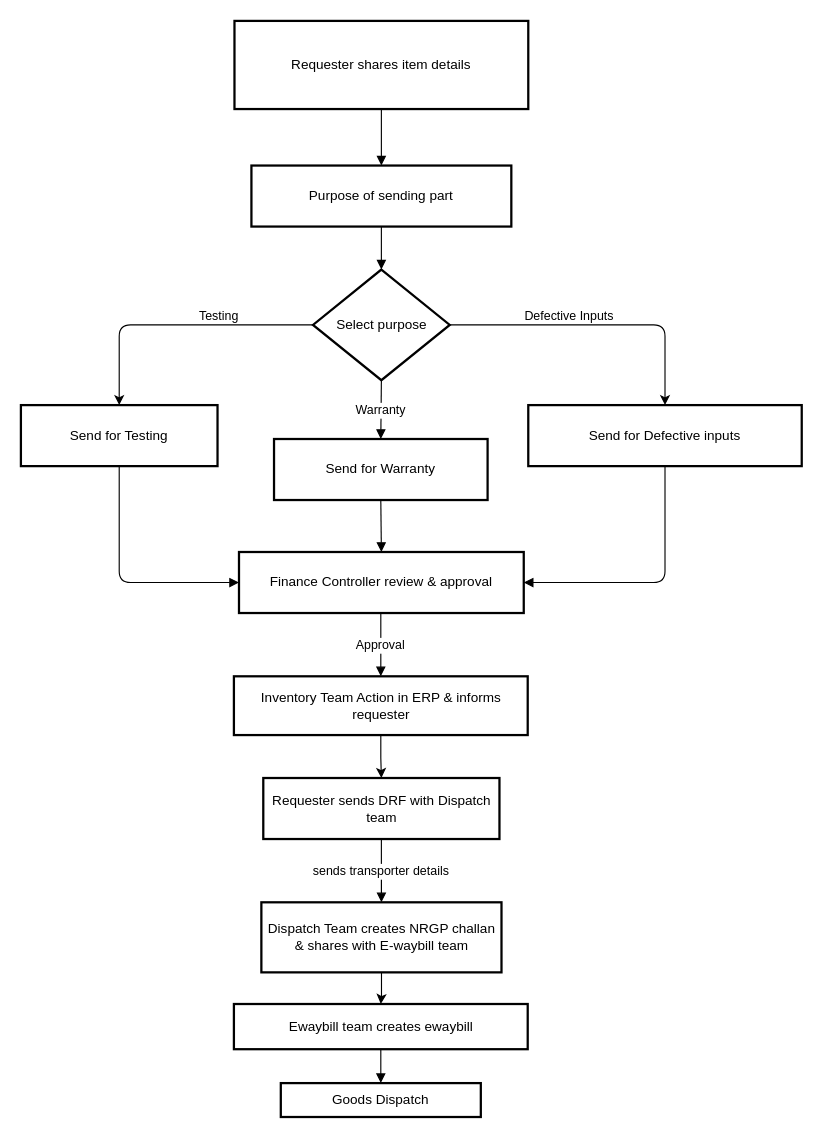
Above: NRGP Flow.drawio in apk1995apk/M3 (draw.io), before the change. Source tidied: cells renumbered, new cells numbered last; positions are measured from the earlier drawing's top-left corner, leaving out a move shared by most shapes. Both pictures are drawn from the tidied source at 113%, with x=0, y=0 at pixel (20, 20).
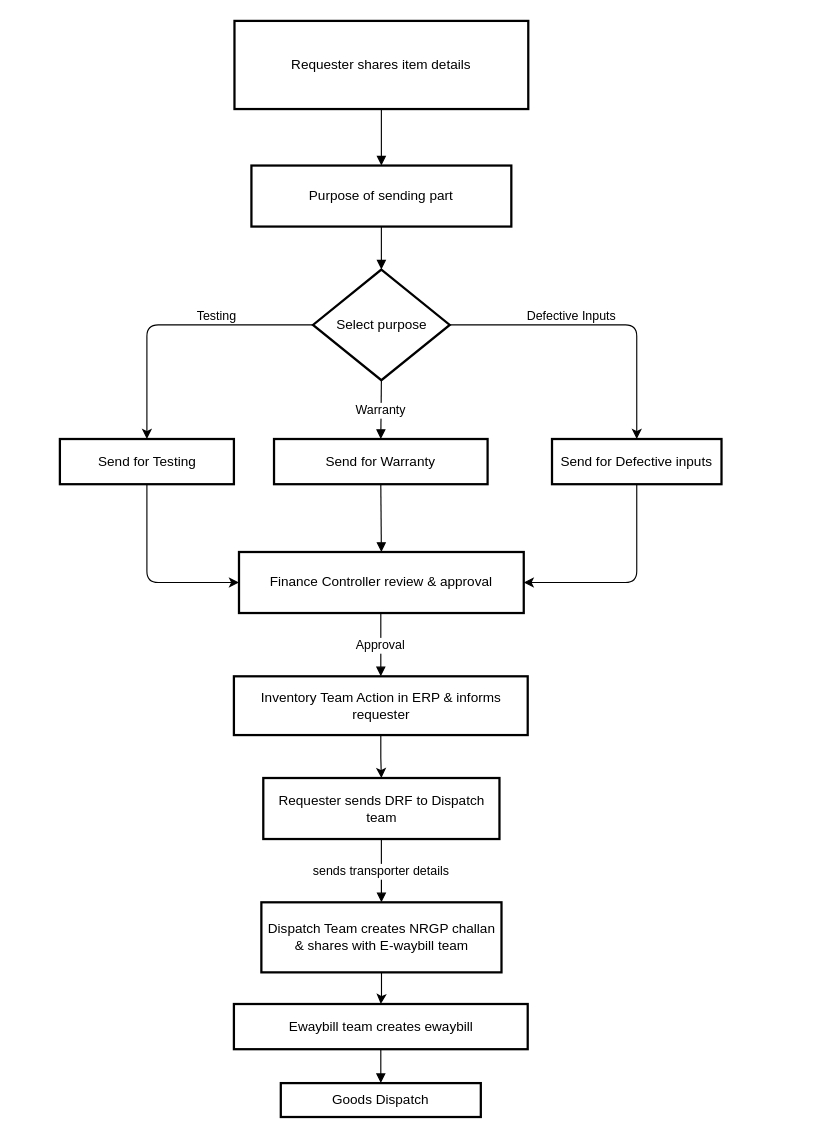
After the change.

The change refers to these unchanged cells:
```xml
<mxCell id="12" value="Finance Controller review &amp; approval" style="whiteSpace=wrap;strokeWidth=2;" parent="1" vertex="1">
  <mxGeometry x="193" y="470" width="252" height="54" as="geometry" />
</mxCell>
```

What changed in the source:
```diff
@@
+    <mxCell id="16" style="edgeStyle=orthogonalEdgeStyle;rounded=1;jettySize=auto;html=1;entryX=0;entryY=0.5;entryDx=0;entryDy=0;curved=0;exitX=0.5;exitY=1;exitDx=0;exitDy=0;" parent="1" edge="1" source="9" target="12">
+      <mxGeometry relative="1" as="geometry">
+        <Array as="points">
+          <mxPoint x="111" y="497" />
+        </Array>
+      </mxGeometry>
+    </mxCell>
     <mxCell id="9" value="Send for Testing" style="whiteSpace=wrap;strokeWidth=2;" parent="1" vertex="1">
-      <mxGeometry y="340" width="174" height="54" as="geometry" />
+      <mxGeometry x="34.5" y="370" width="154" height="40" as="geometry" />
     </mxCell>
     <mxCell id="10" value="Send for Warranty" style="whiteSpace=wrap;strokeWidth=2;" parent="1" vertex="1">
-      <mxGeometry x="224" y="370" width="189" height="54" as="geometry" />
+      <mxGeometry x="224" y="370" width="189" height="40" as="geometry" />
     </mxCell>
+    <mxCell id="18" style="edgeStyle=orthogonalEdgeStyle;rounded=1;jettySize=auto;html=1;exitX=0.5;exitY=1;exitDx=0;exitDy=0;entryX=1;entryY=0.5;entryDx=0;entryDy=0;curved=0;" parent="1" edge="1" source="11" target="12">
+      <mxGeometry relative="1" as="geometry" />
+    </mxCell>
     <mxCell id="11" value="Send for Defective inputs" style="whiteSpace=wrap;strokeWidth=2;" parent="1" vertex="1">
-      <mxGeometry x="449" y="340" width="242" height="54" as="geometry" />
+      <mxGeometry x="470" y="370" width="150" height="40" as="geometry" />
     </mxCell>
@@
-    <mxCell id="16" style="curved=0;startArrow=none;endArrow=block;exitX=0.5;exitY=0.99;entryX=0;entryY=0.5;rounded=1;entryDx=0;entryDy=0;" parent="1" edge="1" source="9" target="12">
-      <mxGeometry relative="1" as="geometry">
-        <Array as="points">
-          <mxPoint x="87" y="497" />
-        </Array>
-      </mxGeometry>
-    </mxCell>
@@
-    <mxCell id="18" style="curved=0;startArrow=none;endArrow=block;exitX=0.5;exitY=0.99;entryX=1;entryY=0.5;rounded=1;entryDx=0;entryDy=0;" parent="1" edge="1" source="11" target="12">
-      <mxGeometry relative="1" as="geometry">
-        <Array as="points">
-          <mxPoint x="570" y="497" />
-        </Array>
-      </mxGeometry>
-    </mxCell>
@@
-    <mxCell id="22" value="Requester sends DRF with Dispatch team" style="whiteSpace=wrap;strokeWidth=2;" parent="1" vertex="1">
+    <mxCell id="22" value="Requester sends DRF to Dispatch team" style="whiteSpace=wrap;strokeWidth=2;" parent="1" vertex="1">
       <mxGeometry x="214.5" y="670" width="209" height="54" as="geometry" />
     </mxCell>
```
